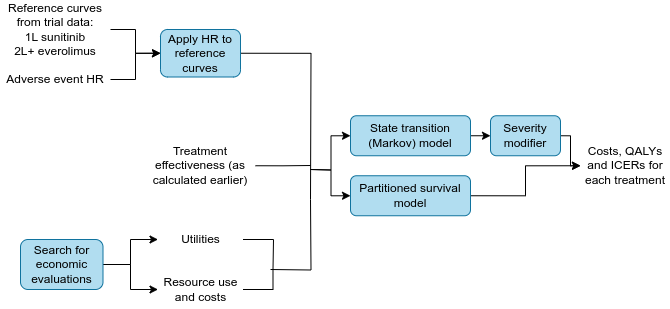
nice-digital/NICE-model-repo keeps this draw.io diagram as docs/images/detailed_stage567.drawio.png. Above is the earlier version. Source tidied: cells renumbered, new cells last; positions are measured from the earlier drawing's top-left corner, leaving out a move shared by most shapes. The source it was exported from:
```xml
<mxGraphModel>
  <root>
    <mxCell id="0" />
    <mxCell id="1" parent="0" />
    <mxCell id="2" style="edgeStyle=orthogonalEdgeStyle;rounded=0;jettySize=auto;html=1;exitX=1;exitY=0.5;exitDx=0;exitDy=0;endArrow=none;endFill=0;" parent="1" edge="1" source="3">
      <mxGeometry relative="1" as="geometry">
        <mxPoint x="310" y="156" as="targetPoint" />
      </mxGeometry>
    </mxCell>
    <mxCell id="3" value="Treatment effectiveness (as calculated earlier)" style="rounded=1;whiteSpace=wrap;html=1;fillColor=none;strokeColor=none;" parent="1" vertex="1">
      <mxGeometry x="145" y="115" width="110" height="82.5" as="geometry" />
    </mxCell>
    <mxCell id="4" style="edgeStyle=orthogonalEdgeStyle;rounded=0;jettySize=auto;html=1;exitX=1;exitY=0.5;exitDx=0;exitDy=0;entryX=0;entryY=0.5;entryDx=0;entryDy=0;" parent="1" edge="1" source="5" target="7">
      <mxGeometry relative="1" as="geometry" />
    </mxCell>
    <mxCell id="5" value="Adverse event HR" style="rounded=1;whiteSpace=wrap;html=1;fillColor=none;strokeColor=none;" parent="1" vertex="1">
      <mxGeometry y="55" width="110" height="30" as="geometry" />
    </mxCell>
    <mxCell id="6" style="edgeStyle=orthogonalEdgeStyle;rounded=0;jettySize=auto;html=1;exitX=1;exitY=0.5;exitDx=0;exitDy=0;endArrow=none;endFill=0;" parent="1" edge="1" source="7">
      <mxGeometry relative="1" as="geometry">
        <mxPoint x="310" y="190" as="targetPoint" />
      </mxGeometry>
    </mxCell>
    <mxCell id="7" value="Apply HR to reference curves" style="rounded=1;whiteSpace=wrap;html=1;fillColor=#b1ddf0;strokeColor=#10739e;" parent="1" vertex="1">
      <mxGeometry x="160" y="20" width="80" height="47.5" as="geometry" />
    </mxCell>
    <mxCell id="8" style="edgeStyle=orthogonalEdgeStyle;rounded=0;jettySize=auto;html=1;exitX=1;exitY=0.5;exitDx=0;exitDy=0;endArrow=none;endFill=0;" parent="1" edge="1" source="9">
      <mxGeometry relative="1" as="geometry">
        <mxPoint x="272.5" y="260" as="targetPoint" />
        <Array as="points">
          <mxPoint x="272.5" y="280" />
        </Array>
      </mxGeometry>
    </mxCell>
    <mxCell id="9" value="Resource use and costs" style="rounded=1;whiteSpace=wrap;html=1;fillColor=none;strokeColor=none;" parent="1" vertex="1">
      <mxGeometry x="157.5" y="260" width="85" height="40" as="geometry" />
    </mxCell>
    <mxCell id="10" style="edgeStyle=orthogonalEdgeStyle;rounded=0;jettySize=auto;html=1;exitX=1;exitY=0.5;exitDx=0;exitDy=0;entryX=0;entryY=0.5;entryDx=0;entryDy=0;" parent="1" edge="1" source="12" target="9">
      <mxGeometry relative="1" as="geometry" />
    </mxCell>
    <mxCell id="11" style="edgeStyle=orthogonalEdgeStyle;rounded=0;jettySize=auto;html=1;exitX=1;exitY=0.5;exitDx=0;exitDy=0;entryX=0;entryY=0.5;entryDx=0;entryDy=0;" parent="1" edge="1" source="12" target="14">
      <mxGeometry relative="1" as="geometry" />
    </mxCell>
    <mxCell id="12" value="Search for economic evaluations" style="rounded=1;whiteSpace=wrap;html=1;fillColor=#b1ddf0;strokeColor=#10739e;" parent="1" vertex="1">
      <mxGeometry x="20" y="230" width="82.5" height="50" as="geometry" />
    </mxCell>
    <mxCell id="13" style="edgeStyle=orthogonalEdgeStyle;rounded=0;jettySize=auto;html=1;exitX=1;exitY=0.5;exitDx=0;exitDy=0;endArrow=none;endFill=0;" parent="1" edge="1" source="14">
      <mxGeometry relative="1" as="geometry">
        <mxPoint x="272.5" y="260" as="targetPoint" />
      </mxGeometry>
    </mxCell>
    <mxCell id="14" value="Utilities" style="rounded=1;whiteSpace=wrap;html=1;fillColor=none;strokeColor=none;" parent="1" vertex="1">
      <mxGeometry x="157.5" y="220" width="85" height="20" as="geometry" />
    </mxCell>
    <mxCell id="15" style="edgeStyle=orthogonalEdgeStyle;rounded=0;jettySize=auto;html=1;exitX=1;exitY=0.5;exitDx=0;exitDy=0;entryX=0;entryY=0.5;entryDx=0;entryDy=0;" parent="1" edge="1" source="16" target="25">
      <mxGeometry relative="1" as="geometry" />
    </mxCell>
    <mxCell id="16" value="State transition (Markov) model" style="rounded=1;whiteSpace=wrap;html=1;fillColor=#b1ddf0;strokeColor=#10739e;" parent="1" vertex="1">
      <mxGeometry x="350" y="106.2" width="120" height="40" as="geometry" />
    </mxCell>
    <mxCell id="17" style="edgeStyle=orthogonalEdgeStyle;rounded=0;jettySize=auto;html=1;exitX=1;exitY=0.5;exitDx=0;exitDy=0;entryX=0;entryY=0.5;entryDx=0;entryDy=0;" parent="1" edge="1" source="18" target="19">
      <mxGeometry relative="1" as="geometry" />
    </mxCell>
    <mxCell id="18" value="Partitioned survival model" style="rounded=1;whiteSpace=wrap;html=1;fillColor=#b1ddf0;strokeColor=#10739e;" parent="1" vertex="1">
      <mxGeometry x="350" y="166.2" width="120" height="40" as="geometry" />
    </mxCell>
    <mxCell id="19" value="Costs, QALYs and ICERs for each treatment" style="rounded=0;whiteSpace=wrap;html=1;fillColor=none;strokeColor=none;" parent="1" vertex="1">
      <mxGeometry x="580" y="132.5" width="90" height="47.5" as="geometry" />
    </mxCell>
    <mxCell id="20" style="endArrow=classic;html=1;rounded=0;entryX=0;entryY=0.5;entryDx=0;entryDy=0;edgeStyle=orthogonalEdgeStyle;" parent="1" edge="1" target="16">
      <mxGeometry relative="1" as="geometry">
        <mxPoint x="310" y="160" as="sourcePoint" />
      </mxGeometry>
    </mxCell>
    <mxCell id="21" style="endArrow=classic;html=1;rounded=0;entryX=0;entryY=0.5;entryDx=0;entryDy=0;edgeStyle=orthogonalEdgeStyle;" parent="1" edge="1" target="18">
      <mxGeometry relative="1" as="geometry">
        <mxPoint x="310" y="160" as="sourcePoint" />
      </mxGeometry>
    </mxCell>
    <mxCell id="22" style="edgeStyle=orthogonalEdgeStyle;rounded=0;jettySize=auto;html=1;exitX=1;exitY=0.5;exitDx=0;exitDy=0;entryX=0;entryY=0.5;entryDx=0;entryDy=0;" parent="1" edge="1" source="23" target="7">
      <mxGeometry relative="1" as="geometry" />
    </mxCell>
    <mxCell id="23" value="Reference curves from trial data:&lt;div&gt;1L sunitinib&lt;/div&gt;&lt;div&gt;2L+ everolimus&lt;/div&gt;" style="rounded=1;whiteSpace=wrap;html=1;fillColor=none;strokeColor=none;" parent="1" vertex="1">
      <mxGeometry width="110" height="40" as="geometry" />
    </mxCell>
    <mxCell id="24" style="edgeStyle=orthogonalEdgeStyle;rounded=0;jettySize=auto;html=1;exitX=1;exitY=0.5;exitDx=0;exitDy=0;entryX=0;entryY=0.5;entryDx=0;entryDy=0;" parent="1" edge="1" source="25" target="19">
      <mxGeometry relative="1" as="geometry">
        <Array as="points">
          <mxPoint x="570" y="126" />
          <mxPoint x="570" y="156" />
        </Array>
      </mxGeometry>
    </mxCell>
    <mxCell id="25" value="Severity modifier" style="rounded=1;whiteSpace=wrap;html=1;fillColor=#b1ddf0;strokeColor=#10739e;" parent="1" vertex="1">
      <mxGeometry x="490" y="106.2" width="70" height="40" as="geometry" />
    </mxCell>
    <mxCell id="26" style="endArrow=none;html=1;rounded=0;edgeStyle=orthogonalEdgeStyle;endFill=0;" parent="1" edge="1">
      <mxGeometry relative="1" as="geometry">
        <mxPoint x="270" y="260" as="sourcePoint" />
        <mxPoint x="310" y="190" as="targetPoint" />
      </mxGeometry>
    </mxCell>
  </root>
</mxGraphModel>
```
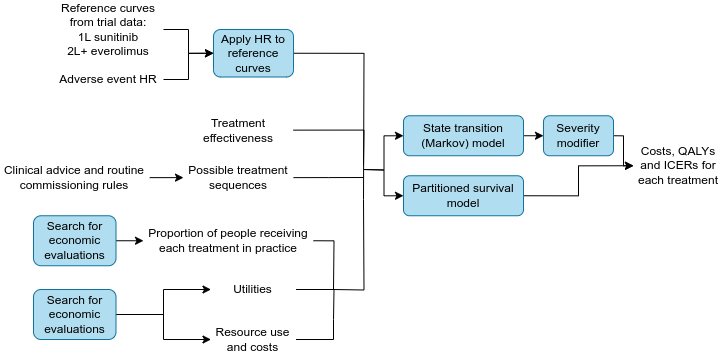
After the change.

Change to the diagram source:
```diff
@@ -7,8 +7,8 @@
         <mxPoint x="310" y="156" as="targetPoint" />
       </mxGeometry>
     </mxCell>
-    <mxCell id="3" value="Treatment effectiveness (as calculated earlier)" style="rounded=1;whiteSpace=wrap;html=1;fillColor=none;strokeColor=none;" parent="1" vertex="1">
-      <mxGeometry x="145" y="115" width="110" height="82.5" as="geometry" />
+    <mxCell id="3" value="Treatment effectiveness" style="rounded=1;whiteSpace=wrap;html=1;fillColor=none;strokeColor=none;" parent="1" vertex="1">
+      <mxGeometry x="130" y="108.8" width="110" height="23.8" as="geometry" />
     </mxCell>
     <mxCell id="4" style="edgeStyle=orthogonalEdgeStyle;rounded=0;jettySize=auto;html=1;exitX=1;exitY=0.5;exitDx=0;exitDy=0;entryX=0;entryY=0.5;entryDx=0;entryDy=0;" parent="1" edge="1" source="5" target="7">
       <mxGeometry relative="1" as="geometry" />
@@ -26,14 +26,14 @@
     </mxCell>
     <mxCell id="8" style="edgeStyle=orthogonalEdgeStyle;rounded=0;jettySize=auto;html=1;exitX=1;exitY=0.5;exitDx=0;exitDy=0;endArrow=none;endFill=0;" parent="1" edge="1" source="9">
       <mxGeometry relative="1" as="geometry">
-        <mxPoint x="272.5" y="260" as="targetPoint" />
+        <mxPoint x="280" y="310" as="targetPoint" />
         <Array as="points">
-          <mxPoint x="272.5" y="280" />
+          <mxPoint x="280" y="330" />
         </Array>
       </mxGeometry>
     </mxCell>
     <mxCell id="9" value="Resource use and costs" style="rounded=1;whiteSpace=wrap;html=1;fillColor=none;strokeColor=none;" parent="1" vertex="1">
-      <mxGeometry x="157.5" y="260" width="85" height="40" as="geometry" />
+      <mxGeometry x="157.5" y="310" width="85" height="40" as="geometry" />
     </mxCell>
     <mxCell id="10" style="edgeStyle=orthogonalEdgeStyle;rounded=0;jettySize=auto;html=1;exitX=1;exitY=0.5;exitDx=0;exitDy=0;entryX=0;entryY=0.5;entryDx=0;entryDy=0;" parent="1" edge="1" source="12" target="9">
       <mxGeometry relative="1" as="geometry" />
@@ -42,15 +42,15 @@
       <mxGeometry relative="1" as="geometry" />
     </mxCell>
     <mxCell id="12" value="Search for economic evaluations" style="rounded=1;whiteSpace=wrap;html=1;fillColor=#b1ddf0;strokeColor=#10739e;" parent="1" vertex="1">
-      <mxGeometry x="20" y="230" width="82.5" height="50" as="geometry" />
+      <mxGeometry x="-20" y="280" width="82.5" height="50" as="geometry" />
     </mxCell>
     <mxCell id="13" style="edgeStyle=orthogonalEdgeStyle;rounded=0;jettySize=auto;html=1;exitX=1;exitY=0.5;exitDx=0;exitDy=0;endArrow=none;endFill=0;" parent="1" edge="1" source="14">
       <mxGeometry relative="1" as="geometry">
-        <mxPoint x="272.5" y="260" as="targetPoint" />
+        <mxPoint x="280" y="310" as="targetPoint" />
       </mxGeometry>
     </mxCell>
     <mxCell id="14" value="Utilities" style="rounded=1;whiteSpace=wrap;html=1;fillColor=none;strokeColor=none;" parent="1" vertex="1">
-      <mxGeometry x="157.5" y="220" width="85" height="20" as="geometry" />
+      <mxGeometry x="157.5" y="270" width="85" height="20" as="geometry" />
     </mxCell>
     <mxCell id="15" style="edgeStyle=orthogonalEdgeStyle;rounded=0;jettySize=auto;html=1;exitX=1;exitY=0.5;exitDx=0;exitDy=0;entryX=0;entryY=0.5;entryDx=0;entryDy=0;" parent="1" edge="1" source="16" target="25">
       <mxGeometry relative="1" as="geometry" />
@@ -96,9 +96,40 @@
     </mxCell>
     <mxCell id="26" style="endArrow=none;html=1;rounded=0;edgeStyle=orthogonalEdgeStyle;endFill=0;" parent="1" edge="1">
       <mxGeometry relative="1" as="geometry">
-        <mxPoint x="270" y="260" as="sourcePoint" />
+        <mxPoint x="280" y="280" as="sourcePoint" />
         <mxPoint x="310" y="190" as="targetPoint" />
       </mxGeometry>
     </mxCell>
+    <mxCell id="27" style="edgeStyle=orthogonalEdgeStyle;rounded=0;jettySize=auto;html=1;exitX=1;exitY=0.5;exitDx=0;exitDy=0;endArrow=none;endFill=0;" parent="1" edge="1" source="28">
+      <mxGeometry relative="1" as="geometry">
+        <mxPoint x="280" y="280" as="targetPoint" />
+      </mxGeometry>
+    </mxCell>
+    <mxCell id="28" value="Proportion of people receiving each treatment in practice" style="rounded=1;whiteSpace=wrap;html=1;fillColor=none;strokeColor=none;" parent="1" vertex="1">
+      <mxGeometry x="90" y="206.2" width="170" height="50" as="geometry" />
+    </mxCell>
+    <mxCell id="29" style="edgeStyle=orthogonalEdgeStyle;rounded=0;jettySize=auto;html=1;exitX=1;exitY=0.5;exitDx=0;exitDy=0;entryX=0;entryY=0.5;entryDx=0;entryDy=0;" parent="1" edge="1" source="30" target="28">
+      <mxGeometry relative="1" as="geometry" />
+    </mxCell>
+    <mxCell id="30" value="Search for economic evaluations" style="rounded=1;whiteSpace=wrap;html=1;fillColor=#b1ddf0;strokeColor=#10739e;" parent="1" vertex="1">
+      <mxGeometry x="-20" y="206.2" width="82.5" height="50" as="geometry" />
+    </mxCell>
+    <mxCell id="31" style="edgeStyle=orthogonalEdgeStyle;rounded=0;orthogonalLoop=1;jettySize=auto;html=1;exitX=0.5;exitY=1;exitDx=0;exitDy=0;" parent="1" edge="1" source="3" target="3">
+      <mxGeometry relative="1" as="geometry" />
+    </mxCell>
+    <mxCell id="32" style="edgeStyle=orthogonalEdgeStyle;rounded=0;jettySize=auto;html=1;exitX=1;exitY=0.5;exitDx=0;exitDy=0;endArrow=none;endFill=0;" parent="1" edge="1" source="33">
+      <mxGeometry relative="1" as="geometry">
+        <mxPoint x="310" y="168" as="targetPoint" />
+      </mxGeometry>
+    </mxCell>
+    <mxCell id="33" value="Possible treatment sequences" style="rounded=1;whiteSpace=wrap;html=1;fillColor=none;strokeColor=none;" parent="1" vertex="1">
+      <mxGeometry x="130" y="156.2" width="110" height="23.8" as="geometry" />
+    </mxCell>
+    <mxCell id="34" style="edgeStyle=orthogonalEdgeStyle;rounded=0;jettySize=auto;html=1;exitX=1;exitY=0.5;exitDx=0;exitDy=0;entryX=0;entryY=0.5;entryDx=0;entryDy=0;" parent="1" edge="1" source="35" target="33">
+      <mxGeometry relative="1" as="geometry" />
+    </mxCell>
+    <mxCell id="35" value="Clinical advice and routine commissioning rules" style="rounded=1;whiteSpace=wrap;html=1;fillColor=none;strokeColor=none;" parent="1" vertex="1">
+      <mxGeometry x="-53.8" y="156.2" width="150" height="23.8" as="geometry" />
+    </mxCell>
   </root>
 </mxGraphModel>
```
